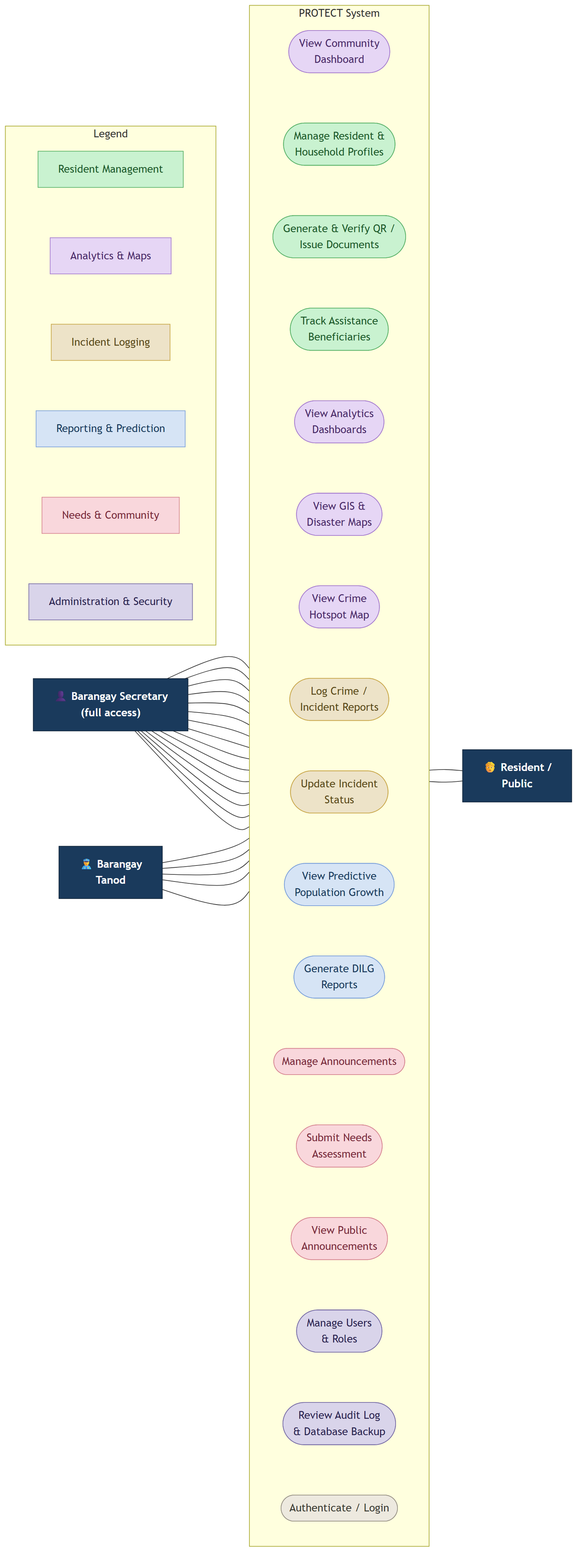
Above: diagrams/use_case.png in KellyEspera/protect (Mermaid), before the change. Its source is kept beside it as diagrams/use_case.mmd.
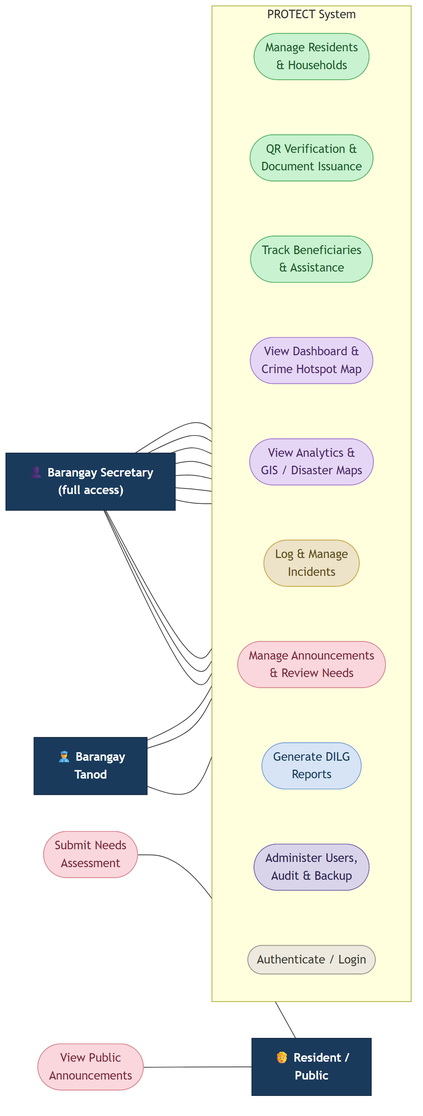
After the change.

Commit message:
Use Case: consolidate to readable high-level use cases

Replaced the 17-oval ribbon (whose association lines were unreadable)
with ~10 consolidated high-level use cases so the actor associations are
traceable. Fixed accuracy: Tanod connects only to View Dashboard & Crime
Hotspot Map, Log & Manage Incidents, and Login (not full analytics/GIS).

What changed in the source:
```diff
@@ -1,66 +1,32 @@
 flowchart LR
-    Sec["👤 Barangay Secretary<br/>(full access)"]
-    Tanod["👮 Barangay<br/>Tanod"]
+    Sec["👤 Barangay Secretary<br/>(full access)"]:::actor
+    Tanod["👮 Barangay<br/>Tanod"]:::actor
 
     subgraph SYS[PROTECT System]
       direction TB
-      U0(["View Community<br/>Dashboard"])
-      U1(["Manage Resident &<br/>Household Profiles"])
-      U2(["Generate & Verify QR /<br/>Issue Documents"])
-      U3(["Track Assistance<br/>Beneficiaries"])
-      U4(["View Analytics<br/>Dashboards"])
-      U5(["View GIS &<br/>Disaster Maps"])
-      U6(["View Crime<br/>Hotspot Map"])
-      U7(["Log Crime /<br/>Incident Reports"])
-      U8(["Update Incident<br/>Status"])
-      U9(["View Predictive<br/>Population Growth"])
-      U10(["Generate DILG<br/>Reports"])
-      U11(["Manage Announcements"])
-      U12(["Submit Needs<br/>Assessment"])
-      U13(["View Public<br/>Announcements"])
-      U14(["Manage Users<br/>& Roles"])
-      U15(["Review Audit Log<br/>& Database Backup"])
-      U16(["Authenticate / Login"])
-      U0 ~~~ U1 ~~~ U2 ~~~ U3 ~~~ U4 ~~~ U5 ~~~ U6 ~~~ U7 ~~~ U8 ~~~ U9 ~~~ U10 ~~~ U11 ~~~ U12 ~~~ U13 ~~~ U14 ~~~ U15 ~~~ U16
+      UC1(["Manage Residents<br/>& Households"]):::resident
+      UC2(["QR Verification &<br/>Document Issuance"]):::resident
+      UC3(["Track Beneficiaries<br/>& Assistance"]):::resident
+      UC4(["View Dashboard &<br/>Crime Hotspot Map"]):::analytics
+      UC5(["View Analytics &<br/>GIS / Disaster Maps"]):::analytics
+      UC6(["Log & Manage<br/>Incidents"]):::safety
+      UC7(["Manage Announcements<br/>& Review Needs"]):::needs
+      UC8(["Generate DILG<br/>Reports"]):::reporting
+      UC9(["Administer Users,<br/>Audit & Backup"]):::admin
+      UC10(["Authenticate / Login"]):::auth
+      UC1 ~~~ UC2 ~~~ UC3 ~~~ UC4 ~~~ UC5 ~~~ UC6 ~~~ UC7 ~~~ UC8 ~~~ UC9 ~~~ UC10
     end
 
-    Res["🧑 Resident /<br/>Public"]
+    Res["🧑 Resident /<br/>Public"]:::actor
+    RUC1(["Submit Needs<br/>Assessment"]):::needs
+    RUC2(["View Public<br/>Announcements"]):::needs
 
-    Sec --- U0
-    Sec --- U1
-    Sec --- U2
-    Sec --- U3
-    Sec --- U4
-    Sec --- U5
-    Sec --- U6
-    Sec --- U7
-    Sec --- U8
-    Sec --- U9
-    Sec --- U10
-    Sec --- U11
-    Sec --- U14
-    Sec --- U15
-    Sec --- U16
+    Sec --- UC1 & UC2 & UC3 & UC4 & UC5 & UC6 & UC7 & UC8 & UC9 & UC10
 
-    Tanod --- U0
-    Tanod --- U6
-    Tanod --- U7
-    Tanod --- U8
-    Tanod --- U16
+    Tanod --- UC4 & UC6 & UC10
 
-    U12 --- Res
-    U13 --- Res
-
-    subgraph LEGEND[Legend]
-      direction TB
-      Lg1["Resident Management"]:::resident
-      Lg2["Analytics & Maps"]:::analytics
-      Lg3["Incident Logging"]:::safety
-      Lg4["Reporting & Prediction"]:::reporting
-      Lg5["Needs & Community"]:::needs
-      Lg6["Administration & Security"]:::admin
-      Lg1 ~~~ Lg2 ~~~ Lg3 ~~~ Lg4 ~~~ Lg5 ~~~ Lg6
-    end
+    RUC1 --- Res
+    RUC2 --- Res
 
     classDef actor fill:#1A3A5C,stroke:#10243a,color:#fff,font-weight:bold;
     classDef resident fill:#C9F2D0,stroke:#5BB36A,color:#1E5A2A;
@@ -70,12 +36,3 @@
     classDef needs fill:#F9D7DC,stroke:#D88894,color:#7A2A3A;
     classDef admin fill:#D9D4EA,stroke:#7A6FA8,color:#2A2350;
     classDef auth fill:#EDE9DF,stroke:#9A9488,color:#3A3A32;
-
-    class Sec,Tanod,Res actor;
-    class U0,U4,U5,U6 analytics;
-    class U1,U2,U3 resident;
-    class U7,U8 safety;
-    class U9,U10 reporting;
-    class U11,U12,U13 needs;
-    class U14,U15 admin;
-    class U16 auth;
```
